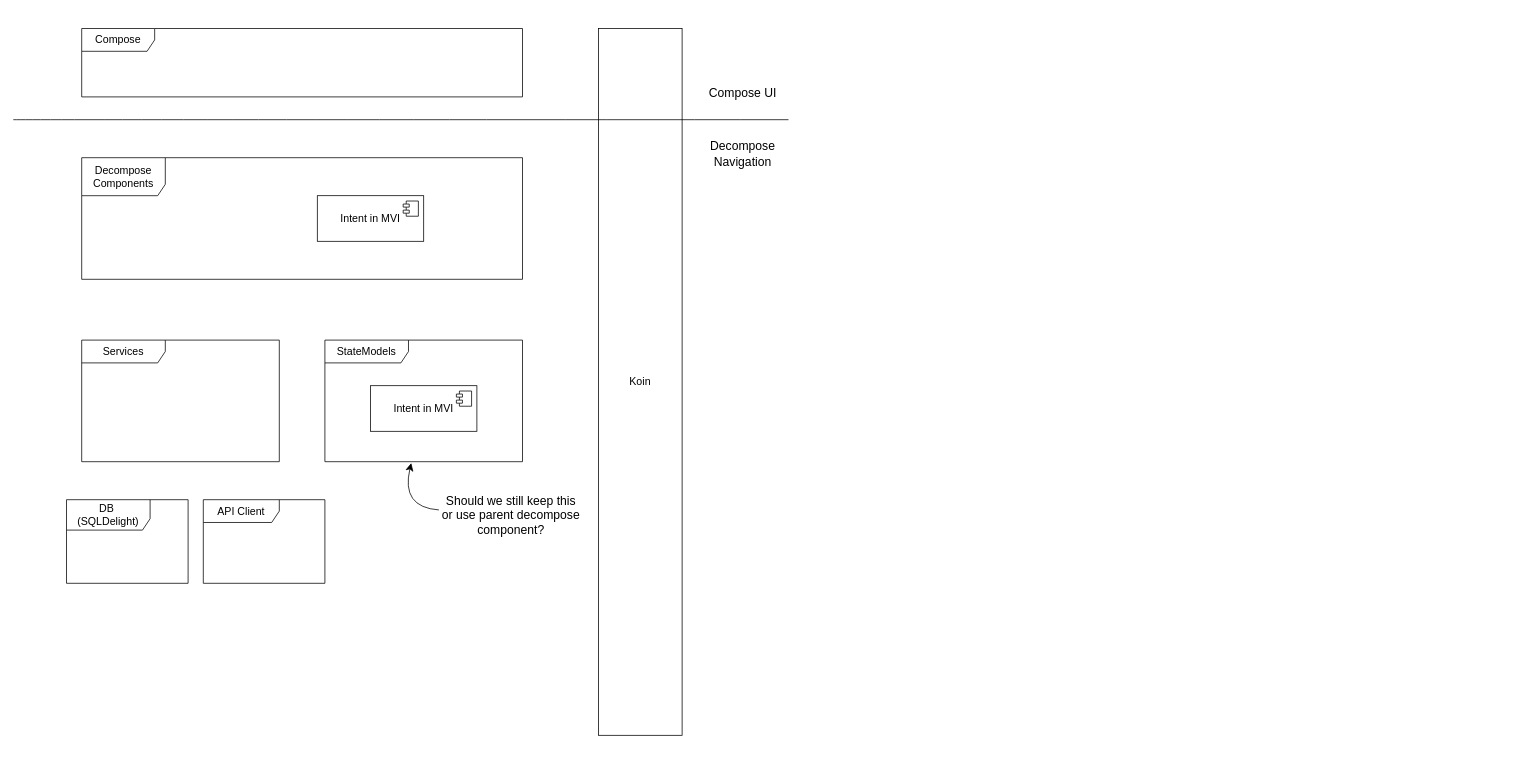
This is page "Frontend Structure" (5 of 5) of doc/diagrams.drawio from CXwudi/realworld-compose-http4k-example-app-old, a draw.io file, before an edit. Source tidied: cells renumbered, new cells numbered last; positions are measured from the earlier drawing's top-left corner, leaving out a move shared by most shapes. Both pictures are drawn from the tidied source at 76%, with x=0, y=0 at pixel (13, 28).
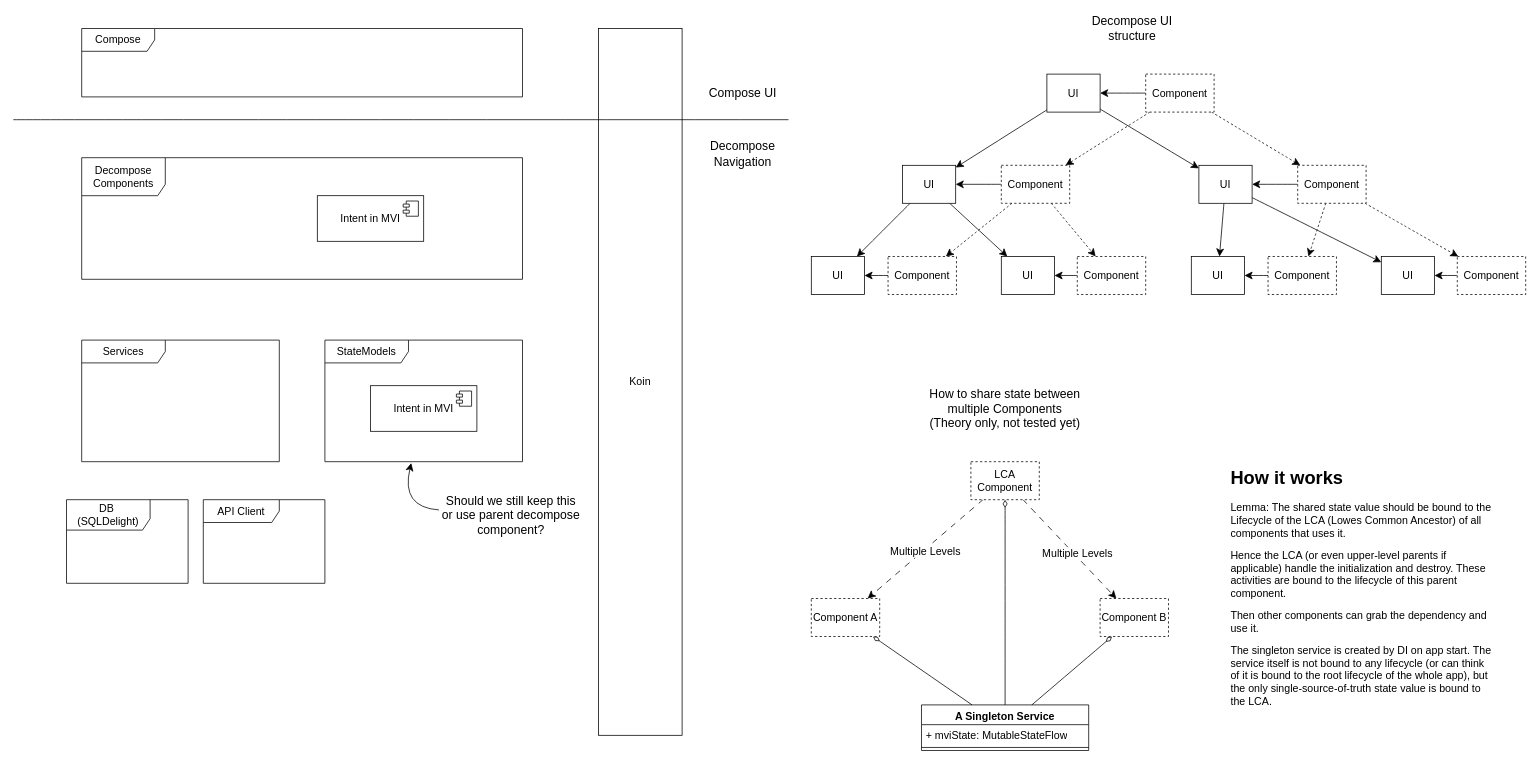
Above is the later version.

Commit message:
📝 Added Decompose UI structure and theory of sharing values between different component

Change to the diagram source:
```diff
@@
+    <mxCell id="18" style="edgeStyle=none;curved=1;rounded=0;jettySize=auto;html=1;fontSize=12;startSize=8;endSize=8;" parent="1" edge="1" source="20" target="27">
+      <mxGeometry relative="1" as="geometry" />
+    </mxCell>
+    <mxCell id="19" style="edgeStyle=none;curved=1;rounded=0;jettySize=auto;html=1;fontSize=12;startSize=8;endSize=8;" parent="1" edge="1" source="20" target="34">
+      <mxGeometry relative="1" as="geometry" />
+    </mxCell>
+    <mxCell id="20" value="UI" style="html=1;whiteSpace=wrap;fontSize=14;" parent="1" vertex="1">
+      <mxGeometry x="1360" y="60" width="70" height="50" as="geometry" />
+    </mxCell>
+    <mxCell id="21" style="edgeStyle=none;curved=1;rounded=0;jettySize=auto;html=1;fontSize=12;startSize=8;endSize=8;" parent="1" edge="1" source="24" target="20">
+      <mxGeometry relative="1" as="geometry" />
+    </mxCell>
+    <mxCell id="22" style="edgeStyle=none;curved=1;rounded=0;jettySize=auto;html=1;fontSize=12;startSize=8;endSize=8;dashed=1;" parent="1" edge="1" source="24" target="31">
+      <mxGeometry relative="1" as="geometry" />
+    </mxCell>
+    <mxCell id="23" style="edgeStyle=none;curved=1;rounded=0;jettySize=auto;html=1;fontSize=12;startSize=8;endSize=8;dashed=1;" parent="1" edge="1" source="24" target="38">
+      <mxGeometry relative="1" as="geometry" />
+    </mxCell>
+    <mxCell id="24" value="Component" style="html=1;whiteSpace=wrap;fontSize=14;dashed=1;" parent="1" vertex="1">
+      <mxGeometry x="1490" y="60" width="90" height="50" as="geometry" />
+    </mxCell>
+    <mxCell id="25" style="edgeStyle=none;curved=1;rounded=0;jettySize=auto;html=1;fontSize=12;startSize=8;endSize=8;" parent="1" edge="1" source="27" target="39">
+      <mxGeometry relative="1" as="geometry" />
+    </mxCell>
+    <mxCell id="26" style="edgeStyle=none;curved=1;rounded=0;jettySize=auto;html=1;fontSize=12;startSize=8;endSize=8;" parent="1" edge="1" source="27" target="42">
+      <mxGeometry relative="1" as="geometry" />
+    </mxCell>
+    <mxCell id="27" value="UI" style="html=1;whiteSpace=wrap;fontSize=14;" parent="1" vertex="1">
+      <mxGeometry x="1170" y="180" width="70" height="50" as="geometry" />
+    </mxCell>
+    <mxCell id="28" style="edgeStyle=none;curved=1;rounded=0;jettySize=auto;html=1;fontSize=12;startSize=8;endSize=8;" parent="1" edge="1" source="31" target="27">
+      <mxGeometry relative="1" as="geometry" />
+    </mxCell>
+    <mxCell id="29" style="edgeStyle=none;curved=1;rounded=0;jettySize=auto;html=1;fontSize=12;startSize=8;endSize=8;dashed=1;" parent="1" edge="1" source="31" target="41">
+      <mxGeometry relative="1" as="geometry" />
+    </mxCell>
+    <mxCell id="30" style="edgeStyle=none;curved=1;rounded=0;jettySize=auto;html=1;fontSize=12;startSize=8;endSize=8;dashed=1;" parent="1" edge="1" source="31" target="44">
+      <mxGeometry relative="1" as="geometry" />
+    </mxCell>
+    <mxCell id="31" value="Component" style="html=1;whiteSpace=wrap;fontSize=14;dashed=1;" parent="1" vertex="1">
+      <mxGeometry x="1300" y="180" width="90" height="50" as="geometry" />
+    </mxCell>
+    <mxCell id="32" style="edgeStyle=none;curved=1;rounded=0;jettySize=auto;html=1;fontSize=12;startSize=8;endSize=8;" parent="1" edge="1" source="34" target="48">
+      <mxGeometry relative="1" as="geometry" />
+    </mxCell>
+    <mxCell id="33" style="edgeStyle=none;curved=1;rounded=0;jettySize=auto;html=1;fontSize=12;startSize=8;endSize=8;" parent="1" edge="1" source="34" target="45">
+      <mxGeometry relative="1" as="geometry" />
+    </mxCell>
+    <mxCell id="34" value="UI" style="html=1;whiteSpace=wrap;fontSize=14;" parent="1" vertex="1">
+      <mxGeometry x="1560" y="180" width="70" height="50" as="geometry" />
+    </mxCell>
+    <mxCell id="35" style="edgeStyle=none;curved=1;rounded=0;jettySize=auto;html=1;fontSize=12;startSize=8;endSize=8;" parent="1" edge="1" source="38" target="34">
+      <mxGeometry relative="1" as="geometry" />
+    </mxCell>
+    <mxCell id="36" style="edgeStyle=none;curved=1;rounded=0;jettySize=auto;html=1;fontSize=12;startSize=8;endSize=8;dashed=1;" parent="1" edge="1" source="38" target="47">
+      <mxGeometry relative="1" as="geometry" />
+    </mxCell>
+    <mxCell id="37" style="edgeStyle=none;curved=1;rounded=0;jettySize=auto;html=1;fontSize=12;startSize=8;endSize=8;dashed=1;" parent="1" edge="1" source="38" target="50">
+      <mxGeometry relative="1" as="geometry" />
+    </mxCell>
+    <mxCell id="38" value="Component" style="html=1;whiteSpace=wrap;fontSize=14;dashed=1;" parent="1" vertex="1">
+      <mxGeometry x="1690" y="180" width="90" height="50" as="geometry" />
+    </mxCell>
+    <mxCell id="39" value="UI" style="html=1;whiteSpace=wrap;fontSize=14;" parent="1" vertex="1">
+      <mxGeometry x="1050" y="300" width="70" height="50" as="geometry" />
+    </mxCell>
+    <mxCell id="40" style="edgeStyle=none;curved=1;rounded=0;jettySize=auto;html=1;fontSize=12;startSize=8;endSize=8;" parent="1" edge="1" source="41" target="39">
+      <mxGeometry relative="1" as="geometry" />
+    </mxCell>
+    <mxCell id="41" value="Component" style="html=1;whiteSpace=wrap;fontSize=14;dashed=1;" parent="1" vertex="1">
+      <mxGeometry x="1151" y="300" width="90" height="50" as="geometry" />
+    </mxCell>
+    <mxCell id="42" value="UI" style="html=1;whiteSpace=wrap;fontSize=14;" parent="1" vertex="1">
+      <mxGeometry x="1300" y="300" width="70" height="50" as="geometry" />
+    </mxCell>
+    <mxCell id="43" style="edgeStyle=none;curved=1;rounded=0;jettySize=auto;html=1;fontSize=12;startSize=8;endSize=8;" parent="1" edge="1" source="44" target="42">
+      <mxGeometry relative="1" as="geometry" />
+    </mxCell>
+    <mxCell id="44" value="Component" style="html=1;whiteSpace=wrap;fontSize=14;dashed=1;" parent="1" vertex="1">
+      <mxGeometry x="1400" y="300" width="90" height="50" as="geometry" />
+    </mxCell>
+    <mxCell id="45" value="UI" style="html=1;whiteSpace=wrap;fontSize=14;" parent="1" vertex="1">
+      <mxGeometry x="1550" y="300" width="70" height="50" as="geometry" />
+    </mxCell>
+    <mxCell id="46" style="edgeStyle=none;curved=1;rounded=0;jettySize=auto;html=1;fontSize=12;startSize=8;endSize=8;" parent="1" edge="1" source="47" target="45">
+      <mxGeometry relative="1" as="geometry" />
+    </mxCell>
+    <mxCell id="47" value="Component" style="html=1;whiteSpace=wrap;fontSize=14;dashed=1;" parent="1" vertex="1">
+      <mxGeometry x="1651" y="300" width="90" height="50" as="geometry" />
+    </mxCell>
+    <mxCell id="48" value="UI" style="html=1;whiteSpace=wrap;fontSize=14;" parent="1" vertex="1">
+      <mxGeometry x="1800" y="300" width="70" height="50" as="geometry" />
+    </mxCell>
+    <mxCell id="49" style="edgeStyle=none;curved=1;rounded=0;jettySize=auto;html=1;fontSize=12;startSize=8;endSize=8;" parent="1" edge="1" source="50" target="48">
+      <mxGeometry relative="1" as="geometry" />
+    </mxCell>
+    <mxCell id="50" value="Component" style="html=1;whiteSpace=wrap;fontSize=14;dashed=1;" parent="1" vertex="1">
+      <mxGeometry x="1900" y="300" width="90" height="50" as="geometry" />
+    </mxCell>
+    <mxCell id="51" value="Decompose UI structure" style="text;html=1;align=center;verticalAlign=middle;whiteSpace=wrap;rounded=0;fontSize=16;" parent="1" vertex="1">
+      <mxGeometry x="1395" y="-20" width="155" height="40" as="geometry" />
+    </mxCell>
+    <mxCell id="52" value="How to share state between multiple Components&lt;br&gt;(Theory only, not tested yet)" style="text;html=1;align=center;verticalAlign=middle;whiteSpace=wrap;rounded=0;fontSize=16;" parent="1" vertex="1">
+      <mxGeometry x="1195" y="470" width="220" height="60" as="geometry" />
+    </mxCell>
+    <mxCell id="53" style="edgeStyle=none;curved=1;rounded=0;jettySize=auto;html=1;fontSize=12;startSize=8;endSize=8;dashed=1;dashPattern=8 8;" parent="1" edge="1" source="57" target="59">
+      <mxGeometry relative="1" as="geometry" />
+    </mxCell>
+    <mxCell id="54" value="&lt;font style=&quot;font-size: 14px;&quot;&gt;Multiple Levels&lt;/font&gt;" style="edgeLabel;html=1;align=center;verticalAlign=middle;fontSize=12;" parent="53" vertex="1">
+      <mxGeometry x="0.02" y="2" relative="1" as="geometry" />
+    </mxCell>
+    <mxCell id="55" style="edgeStyle=none;curved=1;rounded=0;jettySize=auto;html=1;fontSize=12;startSize=8;endSize=8;dashed=1;dashPattern=8 8;" parent="1" edge="1" source="57" target="60">
+      <mxGeometry relative="1" as="geometry" />
+    </mxCell>
+    <mxCell id="56" value="&lt;font style=&quot;font-size: 14px;&quot;&gt;Multiple Levels&lt;/font&gt;" style="edgeLabel;html=1;align=center;verticalAlign=middle;fontSize=12;" parent="55" vertex="1">
+      <mxGeometry x="-0.07" y="-1" relative="1" as="geometry">
+        <mxPoint x="15" y="9" as="offset" />
+      </mxGeometry>
+    </mxCell>
+    <mxCell id="57" value="LCA Component" style="html=1;whiteSpace=wrap;fontSize=14;dashed=1;" parent="1" vertex="1">
+      <mxGeometry x="1260" y="570" width="90" height="50" as="geometry" />
+    </mxCell>
+    <mxCell id="58" style="edgeStyle=none;curved=1;rounded=0;jettySize=auto;html=1;fontSize=12;startSize=8;endSize=8;endArrow=none;endFill=0;startArrow=diamondThin;startFill=0;" parent="1" edge="1" source="59" target="61">
+      <mxGeometry relative="1" as="geometry" />
+    </mxCell>
+    <mxCell id="59" value="Component A" style="html=1;whiteSpace=wrap;fontSize=14;dashed=1;" parent="1" vertex="1">
+      <mxGeometry x="1050" y="750" width="90" height="50" as="geometry" />
+    </mxCell>
+    <mxCell id="60" value="Component B" style="html=1;whiteSpace=wrap;fontSize=14;dashed=1;" parent="1" vertex="1">
+      <mxGeometry x="1430" y="750" width="90" height="50" as="geometry" />
+    </mxCell>
+    <mxCell id="61" value="A Singleton Service" style="swimlane;fontStyle=1;align=center;verticalAlign=top;horizontal=1;startSize=26;whiteSpace=wrap;html=1;fontSize=14;" parent="1" vertex="1">
+      <mxGeometry x="1195" y="890" width="220" height="60" as="geometry" />
+    </mxCell>
+    <mxCell id="62" value="+ mviState: MutableStateFlow" style="text;strokeColor=none;fillColor=none;align=left;verticalAlign=top;spacingLeft=4;spacingRight=4;overflow=hidden;whiteSpace=wrap;html=1;fontSize=14;" parent="61" vertex="1">
+      <mxGeometry y="26" width="220" height="26" as="geometry" />
+    </mxCell>
+    <mxCell id="63" style="line;strokeWidth=1;fillColor=none;align=left;verticalAlign=middle;spacingTop=-1;spacingLeft=3;spacingRight=3;labelPosition=right;strokeColor=inherit;" parent="61" vertex="1">
+      <mxGeometry y="52" width="220" height="8" as="geometry" />
+    </mxCell>
+    <mxCell id="64" style="edgeStyle=none;curved=1;rounded=0;jettySize=auto;html=1;fontSize=12;startSize=8;endSize=8;endArrow=none;endFill=0;startArrow=diamondThin;startFill=0;" parent="1" edge="1" source="60" target="61">
+      <mxGeometry relative="1" as="geometry" />
+    </mxCell>
+    <mxCell id="65" style="edgeStyle=none;curved=1;rounded=0;jettySize=auto;html=1;fontSize=12;startSize=8;endSize=8;endArrow=none;endFill=0;startArrow=diamondThin;startFill=0;" parent="1" edge="1" source="57" target="61">
+      <mxGeometry relative="1" as="geometry" />
+    </mxCell>
+    <mxCell id="66" value="&lt;h1 style=&quot;margin-top: 0px;&quot;&gt;How it works&lt;/h1&gt;&lt;p&gt;&lt;span style=&quot;font-size: 14px; background-color: initial;&quot;&gt;Lemma: The shared state value should be bound to the Lifecycle of the LCA (Lowes Common Ancestor) of all components that uses it.&lt;/span&gt;&lt;br&gt;&lt;/p&gt;&lt;p&gt;&lt;span style=&quot;font-size: 14px;&quot;&gt;Hence the LCA (or even upper-level parents if applicable) handle the initialization and destroy. These activities are bound to the lifecycle of this parent component.&lt;/span&gt;&lt;/p&gt;&lt;p&gt;&lt;span style=&quot;font-size: 14px;&quot;&gt;Then other components can grab the dependency and use it.&lt;/span&gt;&lt;/p&gt;&lt;p&gt;&lt;span style=&quot;font-size: 14px;&quot;&gt;The singleton service is created by DI on app start. The service itself is not bound to any lifecycle (or can think of it is bound to the root lifecycle of the whole app), but the only single-source-of-truth state value is bound to the LCA.&lt;/span&gt;&lt;/p&gt;&lt;div&gt;&lt;span style=&quot;font-size: 14px;&quot;&gt;&lt;br&gt;&lt;/span&gt;&lt;/div&gt;&lt;p&gt;&lt;span style=&quot;font-size: 14px; background-color: initial;&quot;&gt;&lt;br&gt;&lt;/span&gt;&lt;/p&gt;" style="text;html=1;whiteSpace=wrap;overflow=hidden;rounded=0;" parent="1" vertex="1">
+      <mxGeometry x="1600" y="571" width="350" height="349" as="geometry" />
+    </mxCell>
```
